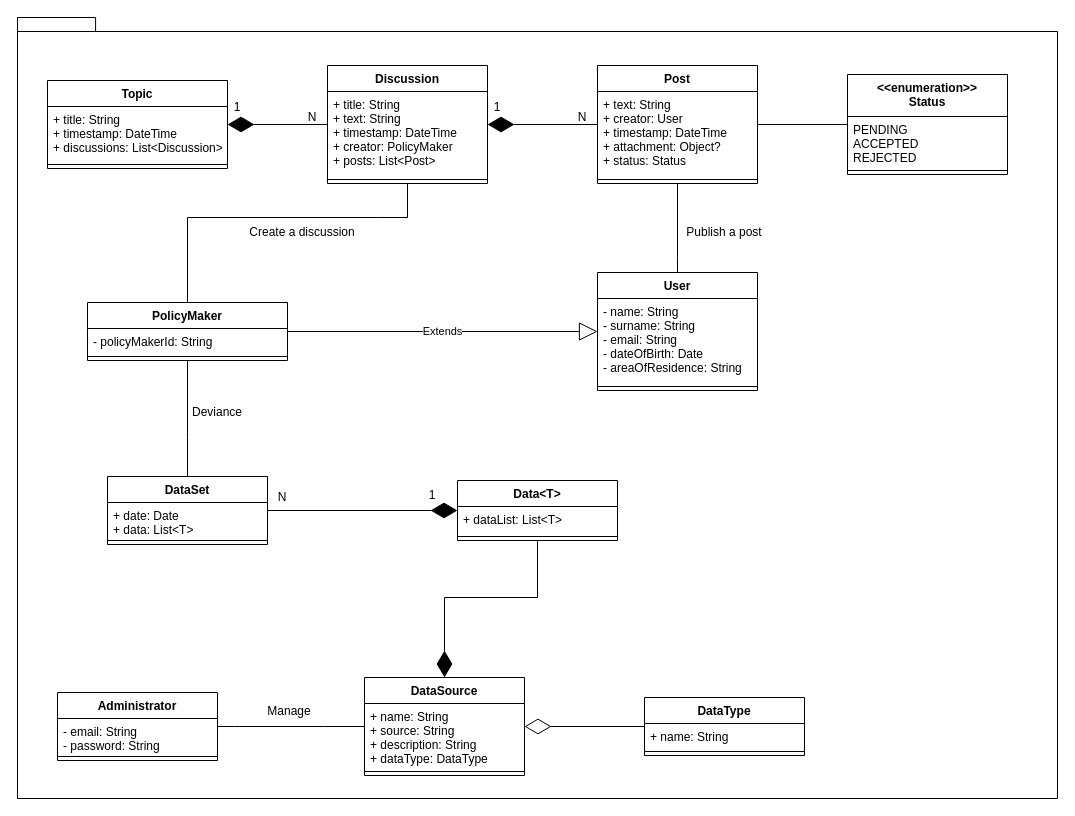
This is Use cases diagram/ClassDiagram.drawio from matteovisotto/SE2-CecchettoSirianiVisotto, a draw.io file, before an edit. Source tidied: cells renumbered, new cells numbered last; positions are measured from the earlier drawing's top-left corner, leaving out a move shared by most shapes. Both pictures are drawn from the tidied source at 100%, with x=0, y=0 at pixel (17, 17).
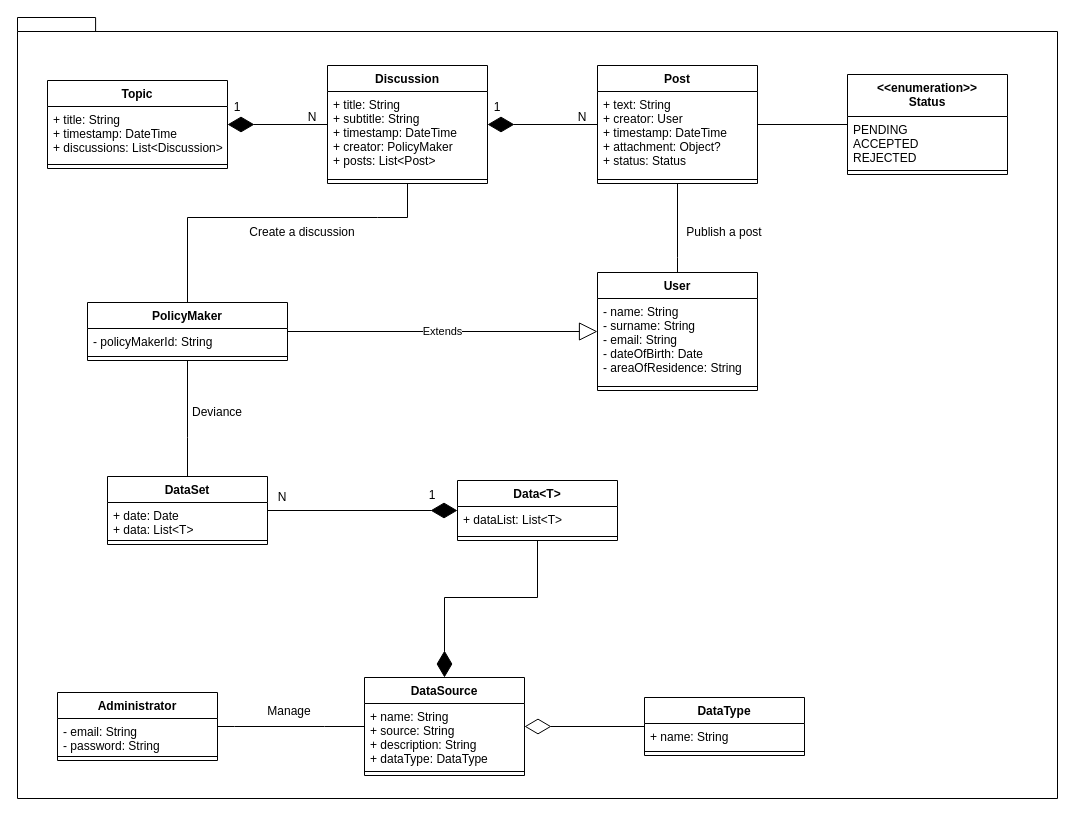
The same diagram, later.

The change refers to these unchanged cells:
```xml
<mxCell id="16" value="Discussion" style="swimlane;fontStyle=1;align=center;verticalAlign=top;horizontal=1;startSize=26;" parent="1" vertex="1">
  <mxGeometry x="310" y="48" width="160" height="118" as="geometry" />
</mxCell>
```

The edit, as a diff of the source:
```diff
@@
-    <mxCell id="17" value="+ title: String&#10;+ text: String&#10;+ timestamp: DateTime&#10;+ creator: PolicyMaker&#10;+ posts: List&lt;Post&gt;" style="text;strokeColor=none;fillColor=none;align=left;verticalAlign=top;spacingLeft=4;spacingRight=4;overflow=hidden;" parent="16" vertex="1">
+    <mxCell id="17" value="+ title: String&#10;+ subtitle: String&#10;+ timestamp: DateTime&#10;+ creator: PolicyMaker&#10;+ posts: List&lt;Post&gt;" style="text;strokeColor=none;fillColor=none;align=left;verticalAlign=top;spacingLeft=4;spacingRight=4;overflow=hidden;" parent="16" vertex="1">
       <mxGeometry y="26" width="160" height="84" as="geometry" />
     </mxCell>
```
